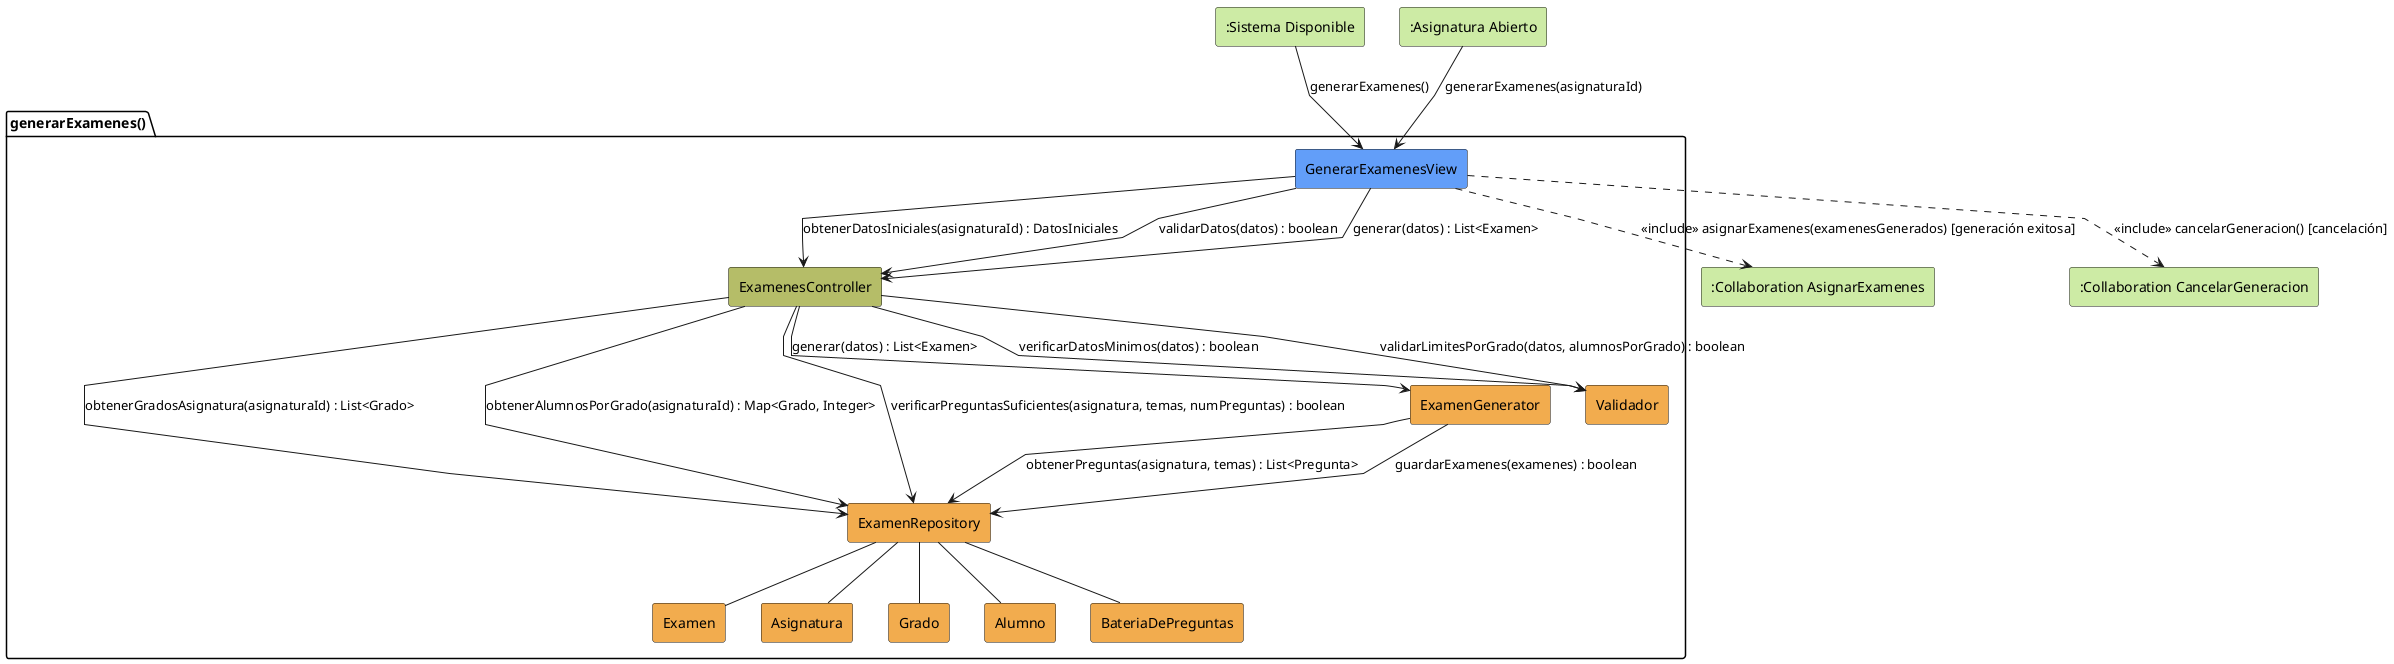
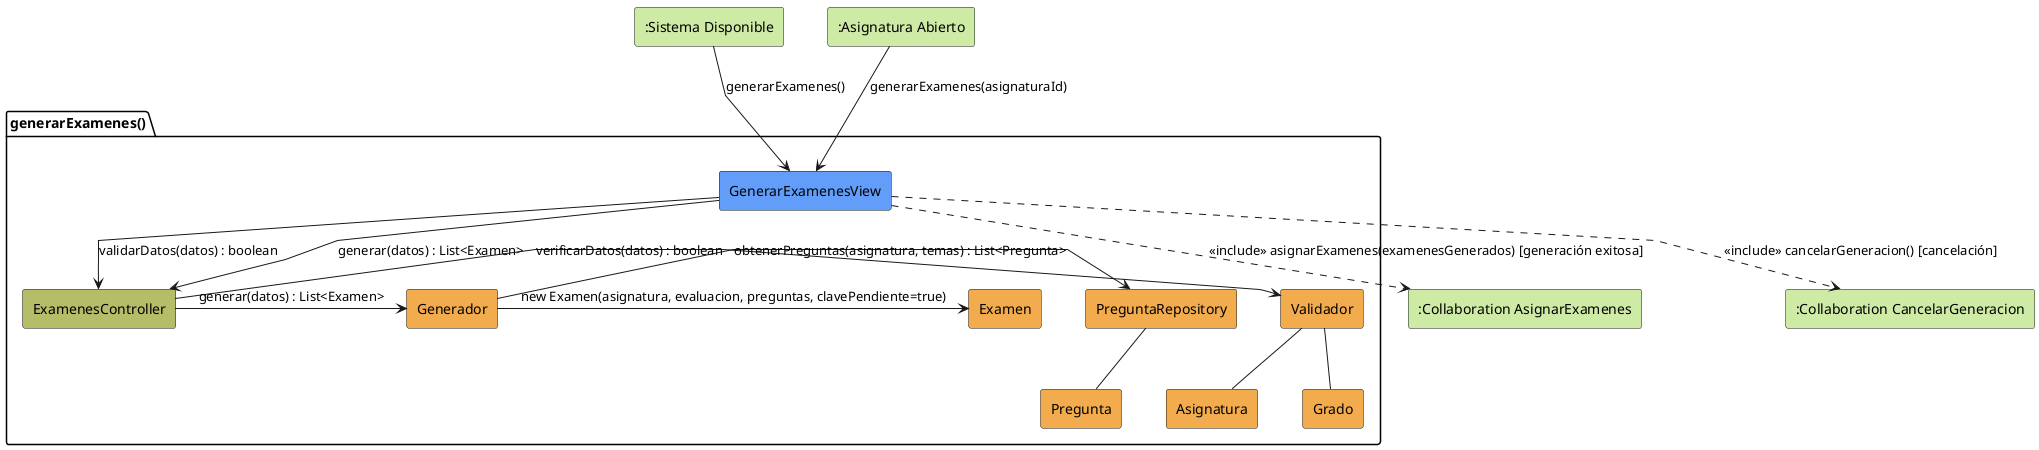
@startuml generarExamenes-analisis
skinparam linetype polyline

rectangle #CDEBA5 ":Sistema Disponible" as SistemaDisponible
rectangle #CDEBA5 ":Asignatura Abierto" as AsignaturaAbierto
rectangle #CDEBA5 ":Collaboration AsignarExamenes" as AsignarExamenes
rectangle #CDEBA5 ":Collaboration CancelarGeneracion" as CancelarGeneracion

package generarExamenes as "generarExamenes()" {
    rectangle #629EF9 GenerarExamenesView
    rectangle #b5bd68 ExamenesController
-     rectangle #F2AC4E ExamenRepository
-     rectangle #F2AC4E ExamenGenerator
+     rectangle #F2AC4E Generador
    rectangle #F2AC4E Validador
    rectangle #F2AC4E Examen
    rectangle #F2AC4E Asignatura
    rectangle #F2AC4E Grado
-     rectangle #F2AC4E Alumno
-     rectangle #F2AC4E BateriaDePreguntas
+     rectangle #F2AC4E PreguntaRepository
+     rectangle #F2AC4E Pregunta
}

SistemaDisponible --> GenerarExamenesView: generarExamenes()
AsignaturaAbierto --> GenerarExamenesView: generarExamenes(asignaturaId)

- GenerarExamenesView -d-> ExamenesController: obtenerDatosIniciales(asignaturaId) : DatosIniciales
+ GenerarExamenesView -d-> ExamenesController: validarDatos(datos) : boolean

- ExamenesController --> ExamenRepository: obtenerGradosAsignatura(asignaturaId) : List<Grado>
- ExamenesController --> ExamenRepository: obtenerAlumnosPorGrado(asignaturaId) : Map<Grado, Integer>
- 
- GenerarExamenesView --> ExamenesController: validarDatos(datos) : boolean
- 
- ExamenesController --> Validador: verificarDatosMinimos(datos) : boolean
- ExamenesController --> Validador: validarLimitesPorGrado(datos, alumnosPorGrado) : boolean
- 
- ExamenesController --> ExamenRepository: verificarPreguntasSuficientes(asignatura, temas, numPreguntas) : boolean
+ ExamenesController -> Validador: verificarDatos(datos) : boolean

GenerarExamenesView --> ExamenesController: generar(datos) : List<Examen>

- ExamenesController --> ExamenGenerator: generar(datos) : List<Examen>
+ ExamenesController -> Generador: generar(datos) : List<Examen>

- ExamenGenerator --> ExamenRepository: obtenerPreguntas(asignatura, temas) : List<Pregunta>
- ExamenGenerator --> ExamenRepository: guardarExamenes(examenes) : boolean
+ Generador -> PreguntaRepository: obtenerPreguntas(asignatura, temas) : List<Pregunta>

- ExamenRepository -- Asignatura
- ExamenRepository -- Grado
- ExamenRepository -- Alumno
- ExamenRepository -- BateriaDePreguntas
- ExamenRepository -- Examen
+ Generador -> Examen: new Examen(asignatura, evaluacion, preguntas, clavePendiente=true)
+ 
+ Validador -- Asignatura
+ Validador -- Grado
+ 
+ PreguntaRepository -- Pregunta

GenerarExamenesView ..> AsignarExamenes: <<include>> asignarExamenes(examenesGenerados) [generación exitosa]
GenerarExamenesView ..> CancelarGeneracion: <<include>> cancelarGeneracion() [cancelación]

- @enduml
+ @enduml